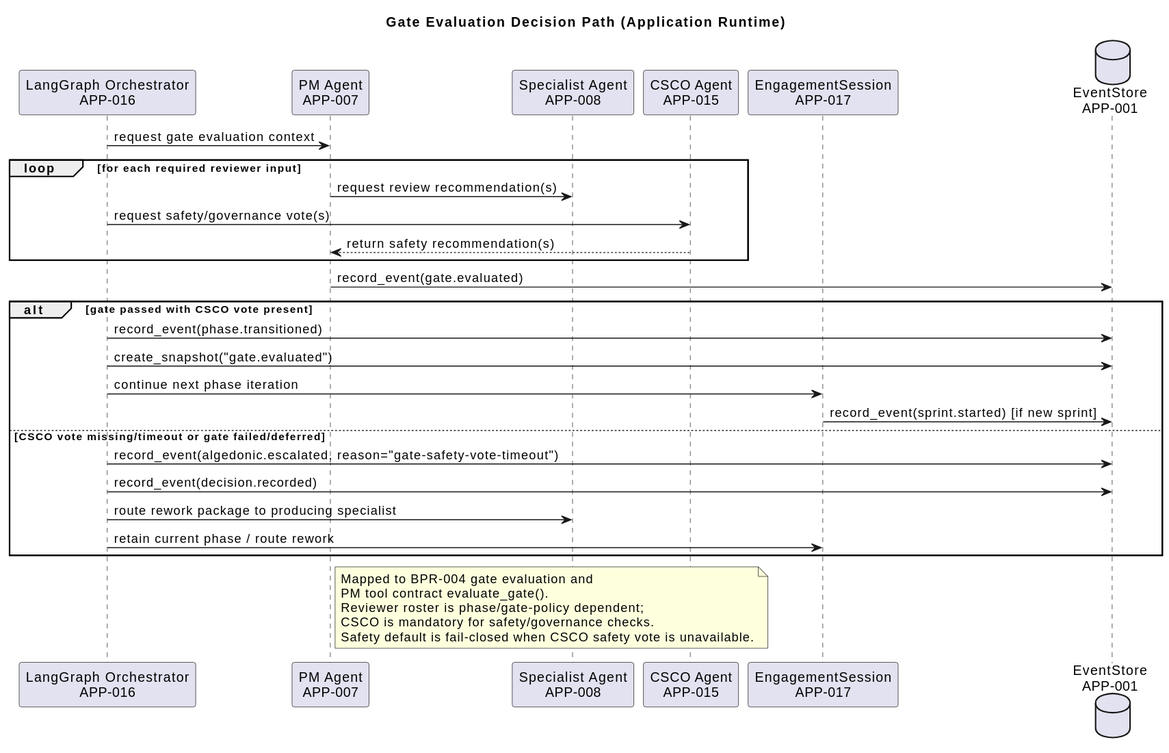
Earlier version of the PlantUML export engagements/ENG-001/work-repositories/architecture-repository/diagram-catalog/rendered/runtime-sequence-gate-evaluation-decision-path-v1.svg (mbauer83/sdlc-multi-agent-system).
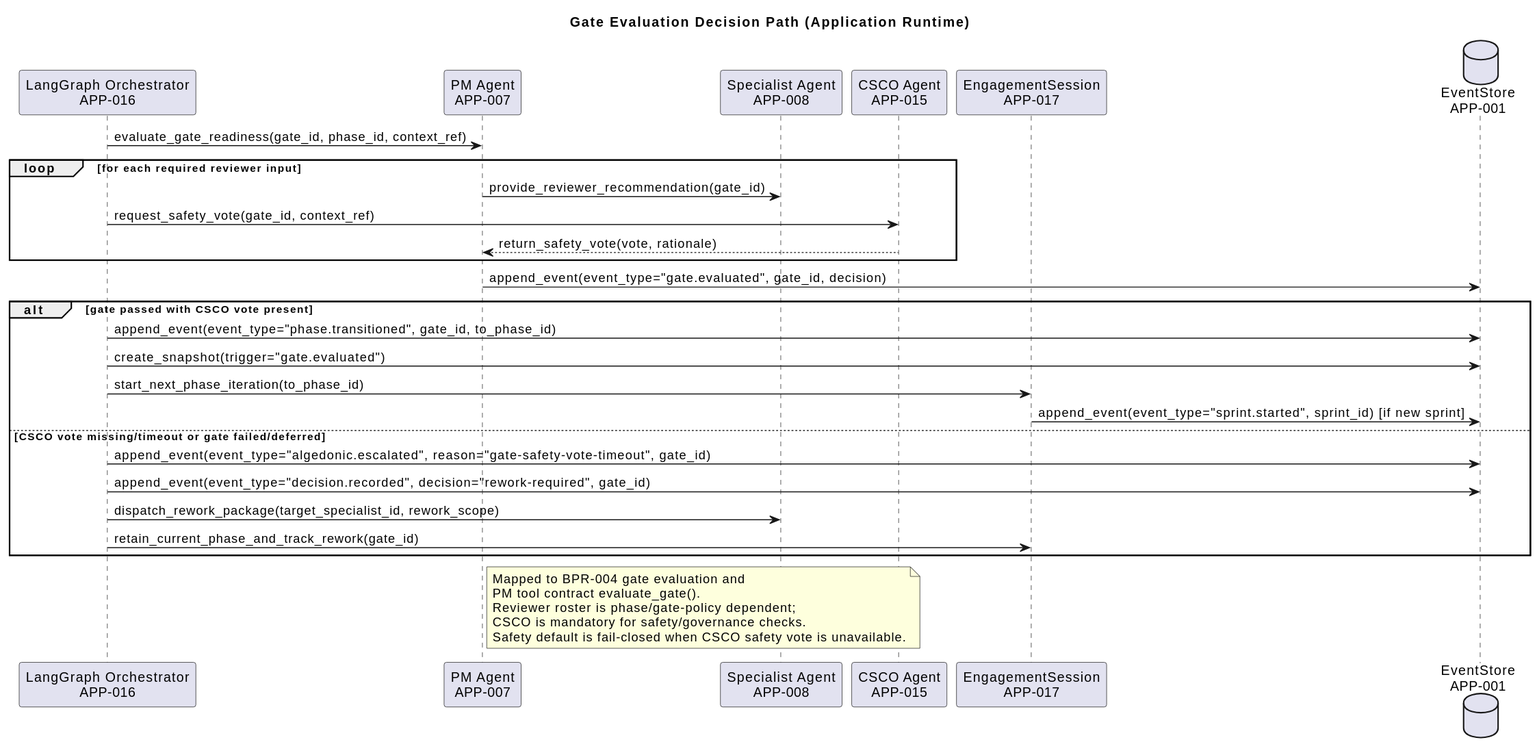
Later version of the same file.

Change to the diagram source:
```diff
@@ -8,24 +8,24 @@
 participant "EngagementSession\nAPP-017" as APP_017
 database "EventStore\nAPP-001" as APP_001
 
-APP_016 -> APP_007: request gate evaluation context
+APP_016 -> APP_007: evaluate_gate_readiness(gate_id, phase_id, context_ref)
 loop for each required reviewer input
-  APP_007 -> APP_008: request review recommendation(s)
-  APP_016 -> APP_015: request safety/governance vote(s)
-  APP_015 --> APP_007: return safety recommendation(s)
+  APP_007 -> APP_008: provide_reviewer_recommendation(gate_id)
+  APP_016 -> APP_015: request_safety_vote(gate_id, context_ref)
+  APP_015 --> APP_007: return_safety_vote(vote, rationale)
 end
-APP_007 -> APP_001: record_event(gate.evaluated)
+APP_007 -> APP_001: append_event(event_type="gate.evaluated", gate_id, decision)
 
 alt gate passed with CSCO vote present
-  APP_016 -> APP_001: record_event(phase.transitioned)
-  APP_016 -> APP_001: create_snapshot("gate.evaluated")
-  APP_016 -> APP_017: continue next phase iteration
-  APP_017 -> APP_001: record_event(sprint.started) [if new sprint]
+  APP_016 -> APP_001: append_event(event_type="phase.transitioned", gate_id, to_phase_id)
+  APP_016 -> APP_001: create_snapshot(trigger="gate.evaluated")
+  APP_016 -> APP_017: start_next_phase_iteration(to_phase_id)
+  APP_017 -> APP_001: append_event(event_type="sprint.started", sprint_id) [if new sprint]
 else CSCO vote missing/timeout or gate failed/deferred
-  APP_016 -> APP_001: record_event(algedonic.escalated, reason="gate-safety-vote-timeout")
-  APP_016 -> APP_001: record_event(decision.recorded)
-  APP_016 -> APP_008: route rework package to producing specialist
-  APP_016 -> APP_017: retain current phase / route rework
+  APP_016 -> APP_001: append_event(event_type="algedonic.escalated", reason="gate-safety-vote-timeout", gate_id)
+  APP_016 -> APP_001: append_event(event_type="decision.recorded", decision="rework-required", gate_id)
+  APP_016 -> APP_008: dispatch_rework_package(target_specialist_id, rework_scope)
+  APP_016 -> APP_017: retain_current_phase_and_track_rework(gate_id)
 end
 
 note right of APP_007
```
